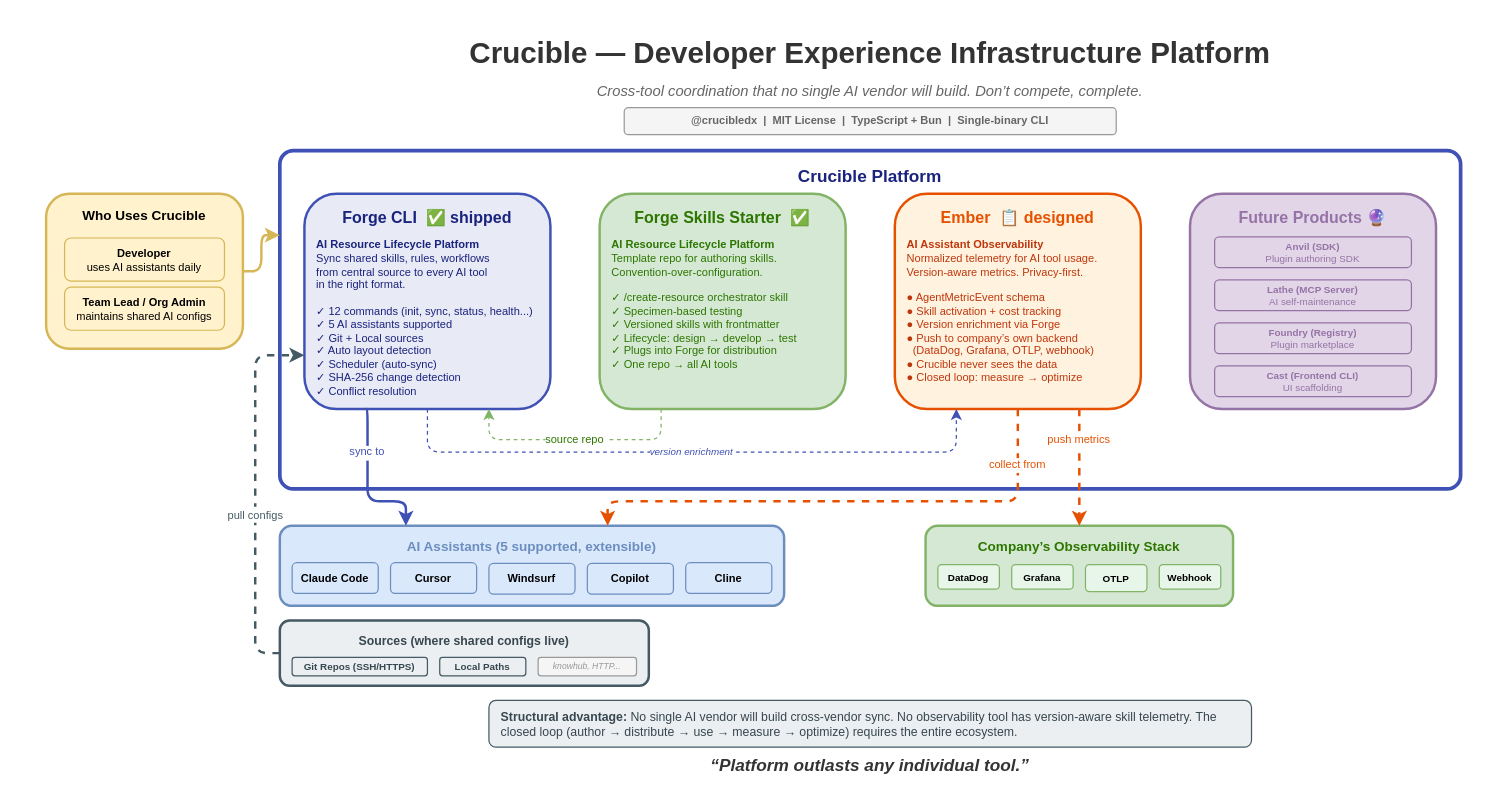
The draw.io diagram page "Crucible Ecosystem" (1 of 2) of crucible/diagrams/crucible-ecosystem.drawio in crucibledx/assets, before the edit. Source tidied: cells renumbered, new cells numbered last; positions are measured from the earlier drawing's top-left corner, leaving out a move shared by most shapes. Both pictures are drawn from the tidied source at 123%, with x=0, y=0 at pixel (21, 21).
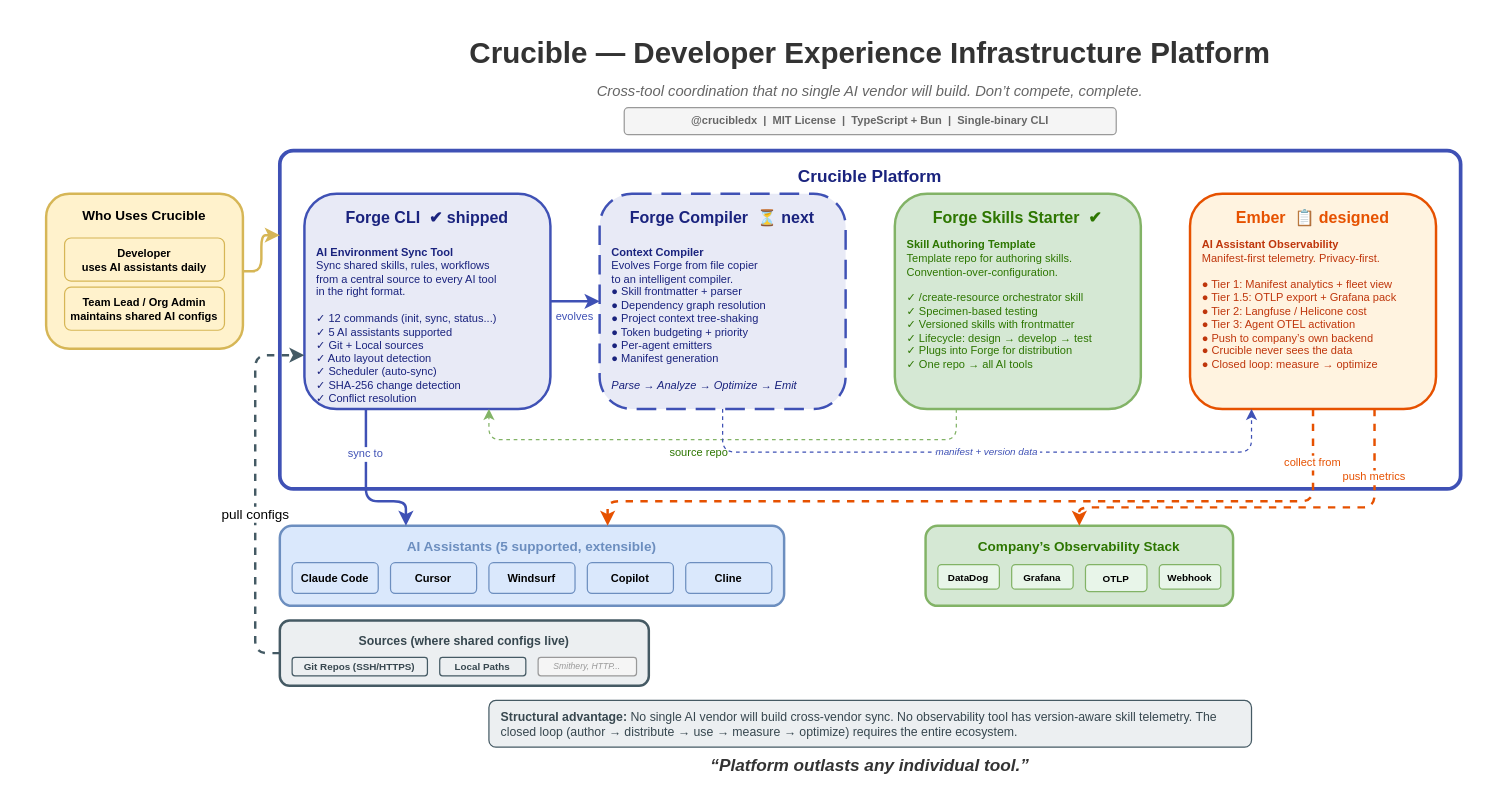
After the change.

The change refers to these unchanged cells:
```xml
<mxCell id="21" value="AI Assistants (5 supported, extensible)" style="rounded=1;whiteSpace=wrap;html=1;fillColor=#dae8fc;strokeColor=#6c8ebf;fontSize=11;fontStyle=1;strokeWidth=2;verticalAlign=top;spacingTop=4;fontColor=#6c8ebf;" parent="1" vertex="1">
  <mxGeometry x="210" y="410" width="410" height="65" as="geometry" />
</mxCell>
<mxCell id="27" value="Company&amp;rsquo;s Observability Stack" style="rounded=1;whiteSpace=wrap;html=1;fillColor=#d5e8d4;strokeColor=#82b366;fontSize=11;fontStyle=1;strokeWidth=2;verticalAlign=top;spacingTop=4;fontColor=#2D7600;" parent="1" vertex="1">
  <mxGeometry x="735" y="410" width="250" height="65" as="geometry" />
</mxCell>
<mxCell id="33" value="Sources (where shared configs live)" style="rounded=1;whiteSpace=wrap;html=1;fillColor=#ECEFF1;strokeColor=#455A64;fontColor=#37474F;fontSize=10;fontStyle=1;strokeWidth=2;verticalAlign=top;spacingTop=4;align=center;" parent="1" vertex="1">
  <mxGeometry x="210" y="487" width="300" height="53" as="geometry" />
</mxCell>
```

Diff of the diagram source:
```diff
@@
-    <mxCell id="4" value="&lt;span style=&quot;color: rgb(150, 115, 166); white-space: nowrap;&quot;&gt;&lt;font&gt;Future Products&amp;nbsp;🔮&lt;/font&gt;&lt;/span&gt;" style="rounded=1;whiteSpace=wrap;html=1;fillColor=#e1d5e7;strokeColor=#9673a6;fontSize=13;fontStyle=1;strokeWidth=2;verticalAlign=top;spacingTop=5;" parent="1" vertex="1">
-      <mxGeometry x="950" y="140" width="200" height="175" as="geometry" />
-    </mxCell>
-    <mxCell id="5" value="Crucible — Developer Experience Infrastructure Platform" style="text;html=1;fontSize=24;fontStyle=1;align=center;verticalAlign=middle;whiteSpace=wrap;fontColor=#333;" parent="1" vertex="1">
+    <mxCell id="5" value="Crucible &amp;mdash; Developer Experience Infrastructure Platform" style="text;html=1;fontSize=24;fontStyle=1;align=center;verticalAlign=middle;whiteSpace=wrap;fontColor=#333;" parent="1" vertex="1">
       <mxGeometry x="340" y="8" width="700" height="35" as="geometry" />
     </mxCell>
@@
-    <mxCell id="9" value="Developer&lt;br&gt;&lt;span style=&quot;font-weight:normal&quot;&gt;uses AI assistants daily&lt;/span&gt;" style="rounded=1;whiteSpace=wrap;html=1;fillColor=#fff2cc;strokeColor=#d6b656;fontSize=9;fontStyle=1;strokeWidth=1;" parent="1" vertex="1">
+    <mxCell id="9" value="Developer&lt;br&gt;&lt;span style=&amp;quot;font-weight:normal&amp;quot;&gt;uses AI assistants daily&lt;/span&gt;" style="rounded=1;whiteSpace=wrap;html=1;fillColor=#fff2cc;strokeColor=#d6b656;fontSize=9;fontStyle=1;strokeWidth=1;" parent="1" vertex="1">
       <mxGeometry x="35" y="176" width="130" height="35" as="geometry" />
     </mxCell>
-    <mxCell id="10" value="Team Lead / Org Admin&lt;br&gt;&lt;span style=&quot;font-weight:normal&quot;&gt;maintains shared AI configs&lt;/span&gt;" style="rounded=1;whiteSpace=wrap;html=1;fillColor=#fff2cc;strokeColor=#d6b656;fontSize=9;fontStyle=1;strokeWidth=1;" parent="1" vertex="1">
+    <mxCell id="10" value="Team Lead / Org Admin&lt;br&gt;&lt;span style=&amp;quot;font-weight:normal&amp;quot;&gt;maintains shared AI configs&lt;/span&gt;" style="rounded=1;whiteSpace=wrap;html=1;fillColor=#fff2cc;strokeColor=#d6b656;fontSize=9;fontStyle=1;strokeWidth=1;" parent="1" vertex="1">
       <mxGeometry x="35" y="216" width="130" height="35" as="geometry" />
     </mxCell>
-    <mxCell id="11" value="Forge CLI &amp;nbsp;✅ shipped" style="rounded=1;whiteSpace=wrap;html=1;fillColor=#E8EAF6;strokeColor=#3F51B5;fontColor=#1A237E;fontSize=13;fontStyle=1;strokeWidth=2;verticalAlign=top;spacingTop=5;" parent="1" vertex="1">
+    <mxCell id="11" value="Forge CLI &amp;nbsp;&amp;#10004; shipped" style="rounded=1;whiteSpace=wrap;html=1;fillColor=#E8EAF6;strokeColor=#3F51B5;fontColor=#1A237E;fontSize=13;fontStyle=1;strokeWidth=2;verticalAlign=top;spacingTop=5;" parent="1" vertex="1">
       <mxGeometry x="230" y="140" width="200" height="175" as="geometry" />
     </mxCell>
-    <mxCell id="12" value="&lt;b&gt;AI Resource Lifecycle Platform&lt;/b&gt;&lt;br&gt;Sync shared skills, rules, workflows&lt;br&gt;from central source to every AI tool&lt;br&gt;in the right format.&lt;br&gt;&lt;br&gt;&amp;#10003; 12 commands (init, sync, status, health...)&lt;br&gt;&amp;#10003; 5 AI assistants supported&lt;br&gt;&amp;#10003; Git + Local sources&lt;br&gt;&amp;#10003; Auto layout detection&lt;br&gt;&amp;#10003; Scheduler (auto-sync)&lt;br&gt;&amp;#10003; SHA-256 change detection&lt;br&gt;&amp;#10003; Conflict resolution" style="text;html=1;fontSize=9;align=left;fontColor=#1A237E;whiteSpace=wrap;spacingLeft=3;" parent="1" vertex="1">
-      <mxGeometry x="235" y="170" width="185" height="140" as="geometry" />
+    <mxCell id="12" value="&lt;b&gt;AI Environment Sync Tool&lt;/b&gt;&lt;br&gt;Sync shared skills, rules, workflows&lt;br&gt;from a central source to every AI tool&lt;br&gt;in the right format.&lt;br&gt;&lt;br&gt;&amp;#10003; 12 commands (init, sync, status...)&lt;br&gt;&amp;#10003; 5 AI assistants supported&lt;br&gt;&amp;#10003; Git + Local sources&lt;br&gt;&amp;#10003; Auto layout detection&lt;br&gt;&amp;#10003; Scheduler (auto-sync)&lt;br&gt;&amp;#10003; SHA-256 change detection&lt;br&gt;&amp;#10003; Conflict resolution" style="text;html=1;fontSize=9;align=left;fontColor=#1A237E;whiteSpace=wrap;spacingLeft=3;" parent="1" vertex="1">
+      <mxGeometry x="235" y="176" width="185" height="140" as="geometry" />
     </mxCell>
+    <mxCell id="45" value="Forge Compiler &amp;nbsp;&amp;#9203; next" style="rounded=1;whiteSpace=wrap;html=1;fillColor=#E8EAF6;strokeColor=#3F51B5;fontColor=#1A237E;fontSize=13;fontStyle=1;strokeWidth=2;verticalAlign=top;spacingTop=5;dashed=1;dashPattern=8 4;" parent="1" vertex="1">
+      <mxGeometry x="470" y="140" width="200" height="175" as="geometry" />
+    </mxCell>
+    <mxCell id="46" value="&lt;b&gt;Context Compiler&lt;/b&gt;&lt;br&gt;Evolves Forge from file copier&lt;br&gt;to an intelligent compiler.&lt;br&gt;● Skill frontmatter + parser&lt;br&gt;● Dependency graph resolution&lt;br&gt;● Project context tree-shaking&lt;br&gt;● Token budgeting + priority&lt;br&gt;● Per-agent emitters&lt;br&gt;● Manifest generation&lt;br&gt;&lt;br&gt;&lt;i&gt;Parse → Analyze → Optimize → Emit&lt;/i&gt;" style="text;html=1;fontSize=9;align=left;fontColor=#1A237E;whiteSpace=wrap;spacingLeft=3;" parent="1" vertex="1">
+      <mxGeometry x="475" y="176" width="185" height="140" as="geometry" />
+    </mxCell>
+    <mxCell id="15" value="Forge Skills Starter &amp;nbsp;&amp;#10004;" style="rounded=1;whiteSpace=wrap;html=1;fillColor=#d5e8d4;strokeColor=#82b366;fontColor=#2D7600;fontSize=13;fontStyle=1;strokeWidth=2;verticalAlign=top;spacingTop=5;" parent="1" vertex="1">
+      <mxGeometry x="710" y="140" width="200" height="175" as="geometry" />
+    </mxCell>
+    <mxCell id="16" value="&lt;b&gt;Skill Authoring Template&lt;/b&gt;&lt;br&gt;Template repo for authoring skills.&lt;br&gt;Convention-over-configuration.&lt;br&gt;&lt;br&gt;&amp;#10003; /create-resource orchestrator skill&lt;br&gt;&amp;#10003; Specimen-based testing&lt;br&gt;&amp;#10003; Versioned skills with frontmatter&lt;br&gt;&amp;#10003; Lifecycle: design &amp;rarr; develop &amp;rarr; test&lt;br&gt;&amp;#10003; Plugs into Forge for distribution&lt;br&gt;&amp;#10003; One repo &amp;rarr; all AI tools" style="text;html=1;fontSize=9;align=left;fontColor=#2D7600;whiteSpace=wrap;spacingLeft=3;" parent="1" vertex="1">
+      <mxGeometry x="715" y="170" width="185" height="140" as="geometry" />
+    </mxCell>
-    <mxCell id="13" value="Ember &amp;nbsp;📋 designed" style="rounded=1;whiteSpace=wrap;html=1;fillColor=#FFF3E0;strokeColor=#E65100;fontColor=#E65100;fontSize=13;fontStyle=1;strokeWidth=2;verticalAlign=top;spacingTop=5;" parent="1" vertex="1">
-      <mxGeometry x="710" y="140" width="200" height="175" as="geometry" />
+    <mxCell id="13" value="Ember &amp;nbsp;&amp;#128203; designed" style="rounded=1;whiteSpace=wrap;html=1;fillColor=#FFF3E0;strokeColor=#E65100;fontColor=#E65100;fontSize=13;fontStyle=1;strokeWidth=2;verticalAlign=top;spacingTop=5;" parent="1" vertex="1">
+      <mxGeometry x="950" y="140" width="200" height="175" as="geometry" />
     </mxCell>
-    <mxCell id="14" value="&lt;b&gt;AI Assistant Observability&lt;/b&gt;&lt;br&gt;Normalized telemetry for AI tool usage.&lt;br&gt;Version-aware metrics. Privacy-first.&lt;br&gt;&lt;br&gt;&amp;#9679; AgentMetricEvent schema&lt;br&gt;&amp;#9679; Skill activation + cost tracking&lt;br&gt;&amp;#9679; Version enrichment via Forge&lt;br&gt;&amp;#9679; Push to company&amp;rsquo;s own backend&lt;br&gt;&amp;nbsp;&amp;nbsp;(DataDog, Grafana, OTLP, webhook)&lt;br&gt;&amp;#9679; Crucible never sees the data&lt;br&gt;&amp;#9679; Closed loop: measure → optimize" style="text;html=1;fontSize=9;align=left;fontColor=#BF360C;whiteSpace=wrap;spacingLeft=3;" parent="1" vertex="1">
-      <mxGeometry x="715" y="170" width="185" height="140" as="geometry" />
+    <mxCell id="14" value="&lt;b&gt;AI Assistant Observability&lt;/b&gt;&lt;br&gt;Manifest-first telemetry. Privacy-first.&lt;br&gt;&lt;br&gt;&amp;#9679; Tier 1: Manifest analytics + fleet view&lt;br&gt;&amp;#9679; Tier 1.5: OTLP export + Grafana pack&lt;br&gt;&amp;#9679; Tier 2: Langfuse / Helicone cost&lt;br&gt;&amp;#9679; Tier 3: Agent OTEL activation&lt;br&gt;&amp;#9679; Push to company&amp;rsquo;s own backend&lt;br&gt;&amp;#9679; Crucible never sees the data&lt;br&gt;&amp;#9679; Closed loop: measure &amp;rarr; optimize" style="text;html=1;fontSize=9;align=left;fontColor=#BF360C;whiteSpace=wrap;spacingLeft=3;" parent="1" vertex="1">
+      <mxGeometry x="955" y="170" width="185" height="140" as="geometry" />
     </mxCell>
-    <mxCell id="15" value="Forge Skills Starter &amp;nbsp;✅" style="rounded=1;whiteSpace=wrap;html=1;fillColor=#d5e8d4;strokeColor=#82b366;fontColor=#2D7600;fontSize=13;fontStyle=1;strokeWidth=2;verticalAlign=top;spacingTop=5;" parent="1" vertex="1">
-      <mxGeometry x="470" y="140" width="200" height="175" as="geometry" />
-    </mxCell>
-    <mxCell id="16" value="&lt;b&gt;AI Resource Lifecycle Platform&lt;/b&gt;&lt;br&gt;Template repo for authoring skills.&lt;br&gt;Convention-over-configuration.&lt;br&gt;&lt;br&gt;&amp;#10003; /create-resource orchestrator skill&lt;br&gt;&amp;#10003; Specimen-based testing&lt;br&gt;&amp;#10003; Versioned skills with frontmatter&lt;br&gt;&amp;#10003; Lifecycle: design → develop → test&lt;br&gt;&amp;#10003; Plugs into Forge for distribution&lt;br&gt;&amp;#10003; One repo → all AI tools" style="text;html=1;fontSize=9;align=left;fontColor=#2D7600;whiteSpace=wrap;spacingLeft=3;" parent="1" vertex="1">
-      <mxGeometry x="475" y="170" width="185" height="140" as="geometry" />
-    </mxCell>
-    <mxCell id="17" value="Anvil (SDK)&lt;br&gt;&lt;span style=&quot;font-weight:normal&quot;&gt;Plugin authoring SDK&lt;/span&gt;" style="rounded=1;whiteSpace=wrap;html=1;fillColor=#e1d5e7;strokeColor=#9673a6;fontSize=8;fontStyle=1;strokeWidth=1;fontColor=#9673a6;" parent="1" vertex="1">
-      <mxGeometry x="970" y="175" width="160" height="25" as="geometry" />
-    </mxCell>
-    <mxCell id="18" value="Lathe (MCP Server)&lt;br&gt;&lt;span style=&quot;font-weight:normal&quot;&gt;AI self-maintenance&lt;/span&gt;" style="rounded=1;whiteSpace=wrap;html=1;fillColor=#e1d5e7;strokeColor=#9673a6;fontSize=8;fontStyle=1;strokeWidth=1;fontColor=#9673a6;" parent="1" vertex="1">
-      <mxGeometry x="970" y="210" width="160" height="25" as="geometry" />
-    </mxCell>
-    <mxCell id="19" value="Foundry (Registry)&lt;br&gt;&lt;span style=&quot;font-weight:normal&quot;&gt;Plugin marketplace&lt;/span&gt;" style="rounded=1;whiteSpace=wrap;html=1;fillColor=#e1d5e7;strokeColor=#9673a6;fontSize=8;fontStyle=1;strokeWidth=1;fontColor=#9673a6;" parent="1" vertex="1">
-      <mxGeometry x="970" y="245" width="160" height="25" as="geometry" />
-    </mxCell>
-    <mxCell id="20" value="Cast (Frontend CLI)&lt;br&gt;&lt;span style=&quot;font-weight:normal&quot;&gt;UI scaffolding&lt;/span&gt;" style="rounded=1;whiteSpace=wrap;html=1;fillColor=#e1d5e7;strokeColor=#9673a6;fontSize=8;fontStyle=1;strokeWidth=1;fontColor=#9673a6;" parent="1" vertex="1">
-      <mxGeometry x="970" y="280" width="160" height="25" as="geometry" />
-    </mxCell>
@@
     <mxCell id="24" value="Windsurf" style="rounded=1;whiteSpace=wrap;html=1;fillColor=#dae8fc;strokeColor=#6c8ebf;fontSize=9;fontStyle=1;strokeWidth=1;" parent="1" vertex="1">
-      <mxGeometry x="380" y="440.5" width="70" height="25" as="geometry" />
+      <mxGeometry x="380" y="440" width="70" height="25" as="geometry" />
     </mxCell>
     <mxCell id="25" value="Copilot" style="rounded=1;whiteSpace=wrap;html=1;fillColor=#dae8fc;strokeColor=#6c8ebf;fontSize=9;fontStyle=1;strokeWidth=1;" parent="1" vertex="1">
-      <mxGeometry x="460" y="440.5" width="70" height="25" as="geometry" />
+      <mxGeometry x="460" y="440" width="70" height="25" as="geometry" />
     </mxCell>
@@
-    <mxCell id="32" value="&lt;span style=&quot;color: rgb(69, 90, 100); font-size: 9px;&quot;&gt;pull configs&lt;/span&gt;" style="edgeStyle=orthogonalEdgeStyle;rounded=1;jettySize=auto;html=1;entryX=0;entryY=0.75;entryDx=0;entryDy=0;dashed=1;curved=0;strokeWidth=2;flowAnimation=1;strokeColor=light-dark(#445a64, #ededed);exitX=0;exitY=0.5;exitDx=0;exitDy=0;" parent="1" edge="1" source="33" target="11">
+    <mxCell id="32" value="&lt;span style=&amp;quot;color: rgb(69, 90, 100); font-size: 9px;&amp;quot;&gt;pull configs&lt;/span&gt;" style="edgeStyle=orthogonalEdgeStyle;rounded=1;jettySize=auto;html=1;entryX=0;entryY=0.75;entryDx=0;entryDy=0;dashed=1;curved=0;strokeWidth=2;flowAnimation=1;strokeColor=light-dark(#445a64, #ededed);exitX=0;exitY=0.5;exitDx=0;exitDy=0;" parent="1" edge="1" source="33" target="11">
       <mxGeometry x="-0.12" relative="1" as="geometry" />
     </mxCell>
@@
-    <mxCell id="36" value="knowhub, HTTP..." style="rounded=1;whiteSpace=wrap;html=1;fillColor=#f5f5f5;strokeColor=#999;fontSize=7;fontStyle=2;strokeWidth=1;fontColor=#999;" parent="1" vertex="1">
+    <mxCell id="36" value="Smithery, HTTP..." style="rounded=1;whiteSpace=wrap;html=1;fillColor=#f5f5f5;strokeColor=#999;fontSize=7;fontStyle=2;strokeWidth=1;fontColor=#999;" parent="1" vertex="1">
       <mxGeometry x="420" y="517" width="80" height="15" as="geometry" />
     </mxCell>
@@
+    <mxCell id="47" value="evolves" style="edgeStyle=orthogonalEdgeStyle;strokeWidth=2;strokeColor=#3F51B5;flowAnimation=1;exitX=1;exitY=0.5;exitDx=0;exitDy=0;entryX=0;entryY=0.5;entryDx=0;entryDy=0;fontSize=9;fontColor=#3F51B5;" parent="1" edge="1" source="11" target="45">
+      <mxGeometry y="-12" relative="1" as="geometry" />
+    </mxCell>
     <mxCell id="38" value="sync to" style="edgeStyle=orthogonalEdgeStyle;strokeWidth=2;strokeColor=#3F51B5;flowAnimation=1;exitX=0.25;exitY=1;exitDx=0;exitDy=0;entryX=0.25;entryY=0;entryDx=0;entryDy=0;fontSize=9;fontColor=#3F51B5;" parent="1" edge="1" source="11" target="21">
       <mxGeometry x="-0.43" relative="1" as="geometry">
         <Array as="points">
-          <mxPoint x="281.3" y="315" />
-          <mxPoint x="281.3" y="390" />
-          <mxPoint x="312.5" y="390" />
+          <mxPoint x="280" y="340" />
+          <mxPoint x="280" y="390" />
+          <mxPoint x="312" y="390" />
         </Array>
       </mxGeometry>
     </mxCell>
     <mxCell id="39" value="collect from" style="edgeStyle=orthogonalEdgeStyle;strokeWidth=2;strokeColor=#E65100;dashed=1;exitX=0.5;exitY=1;exitDx=0;exitDy=0;entryX=0.65;entryY=0;entryDx=0;entryDy=0;fontSize=9;fontColor=#E65100;flowAnimation=1;" parent="1" edge="1" source="13" target="21">
-      <mxGeometry x="-0.79" relative="1" as="geometry">
+      <mxGeometry x="-0.87" relative="1" as="geometry">
         <Array as="points">
-          <mxPoint x="810" y="390.1" />
-          <mxPoint x="476.5" y="390.1" />
+          <mxPoint x="1050" y="390" />
+          <mxPoint x="476" y="390" />
         </Array>
       </mxGeometry>
     </mxCell>
     <mxCell id="40" value="push metrics" style="edgeStyle=orthogonalEdgeStyle;strokeWidth=2;strokeColor=#E65100;dashed=1;flowAnimation=1;exitX=0.75;exitY=1;exitDx=0;exitDy=0;entryX=0.5;entryY=0;entryDx=0;entryDy=0;fontSize=9;fontColor=#E65100;" parent="1" edge="1" source="13" target="27">
-      <mxGeometry x="-0.47" relative="1" as="geometry">
+      <mxGeometry x="-0.67" relative="1" as="geometry">
         <Array as="points">
-          <mxPoint x="860" y="410" />
-          <mxPoint x="860" y="410" />
+          <mxPoint x="1100" y="395" />
+          <mxPoint x="860" y="395" />
         </Array>
       </mxGeometry>
     </mxCell>
     <mxCell id="41" value="source repo" style="edgeStyle=orthogonalEdgeStyle;strokeWidth=1;strokeColor=#82b366;dashed=1;exitX=0.25;exitY=1;exitDx=0;exitDy=0;entryX=0.75;entryY=1;entryDx=0;entryDy=0;fontSize=9;fontColor=#2D7600;" parent="1" edge="1" source="15" target="11">
-      <mxGeometry relative="1" as="geometry">
+      <mxGeometry x="0.09" y="10" relative="1" as="geometry">
         <Array as="points">
-          <mxPoint x="520" y="340" />
+          <mxPoint x="760" y="340" />
           <mxPoint x="380" y="340" />
         </Array>
       </mxGeometry>
     </mxCell>
-    <mxCell id="42" value="version enrichment" style="edgeStyle=orthogonalEdgeStyle;strokeWidth=1;strokeColor=#3F51B5;dashed=1;exitX=0.5;exitY=1;exitDx=0;exitDy=0;entryX=0.25;entryY=1;entryDx=0;entryDy=0;fontSize=8;fontColor=#3F51B5;fontStyle=2;" parent="1" edge="1" source="11" target="13">
-      <mxGeometry relative="1" as="geometry">
-        <Array as="points">
-          <mxPoint x="330" y="350" />
-          <mxPoint x="760" y="350" />
-        </Array>
-      </mxGeometry>
-    </mxCell>
+    <mxCell id="48" value="manifest + version data" style="edgeStyle=orthogonalEdgeStyle;strokeWidth=1;strokeColor=#3F51B5;dashed=1;exitX=0.5;exitY=1;exitDx=0;exitDy=0;entryX=0.25;entryY=1;entryDx=0;entryDy=0;fontSize=8;fontColor=#3F51B5;fontStyle=2;" parent="1" edge="1" source="45" target="13">
+      <mxGeometry relative="1" as="geometry">
+        <Array as="points">
+          <mxPoint x="570" y="350" />
+          <mxPoint x="1000" y="350" />
+        </Array>
+      </mxGeometry>
+    </mxCell>
-    <mxCell id="43" value="&lt;b&gt;Structural advantage:&lt;/b&gt; No single AI vendor will build cross-vendor sync. No observability tool has version-aware skill telemetry. The closed loop (author → distribute → use → measure → optimize) requires the entire ecosystem." style="rounded=1;whiteSpace=wrap;html=1;fillColor=#ECEFF1;strokeColor=#455A64;fontColor=#37474F;fontSize=10;fontStyle=0;strokeWidth=1;align=left;spacingLeft=8;verticalAlign=middle;" parent="1" vertex="1">
+    <mxCell id="43" value="&lt;b&gt;Structural advantage:&lt;/b&gt; No single AI vendor will build cross-vendor sync. No observability tool has version-aware skill telemetry. The closed loop (author &amp;rarr; distribute &amp;rarr; use &amp;rarr; measure &amp;rarr; optimize) requires the entire ecosystem." style="rounded=1;whiteSpace=wrap;html=1;fillColor=#ECEFF1;strokeColor=#455A64;fontColor=#37474F;fontSize=10;fontStyle=0;strokeWidth=1;align=left;spacingLeft=8;verticalAlign=middle;" parent="1" vertex="1">
       <mxGeometry x="380" y="552" width="620" height="38" as="geometry" />
     </mxCell>
```
